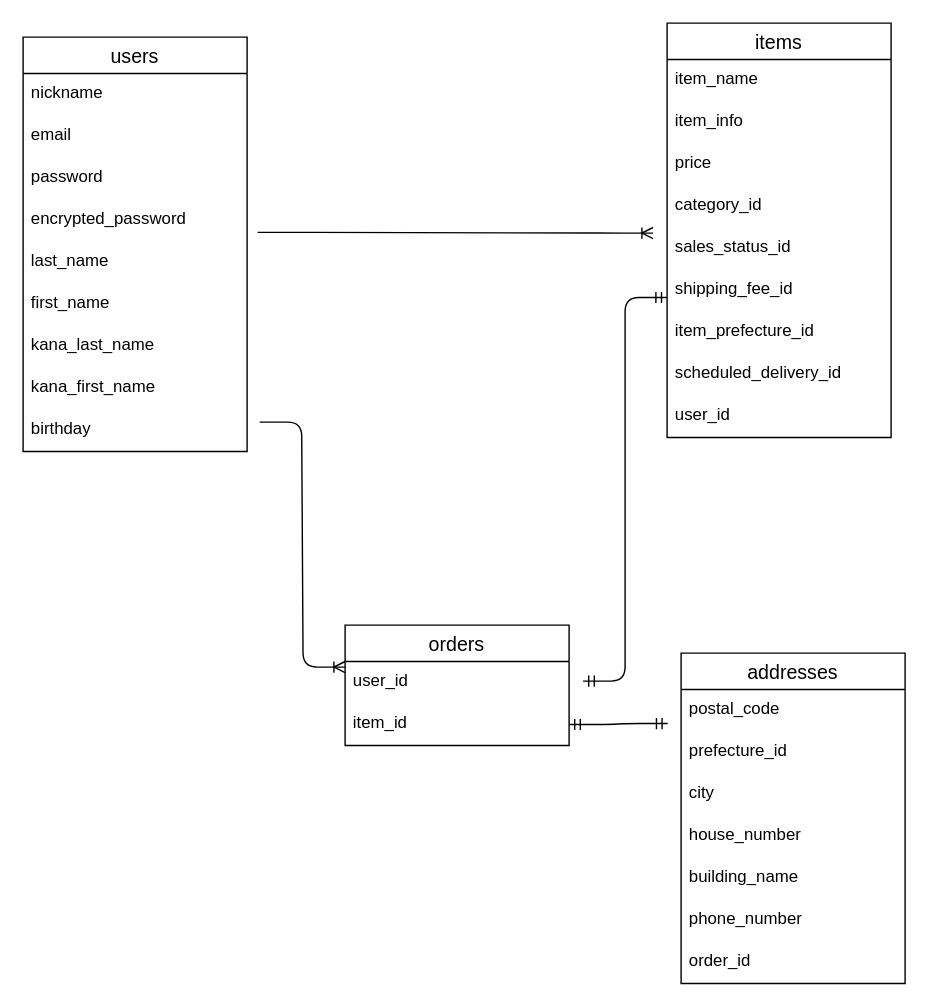
Above: furima.dio in hnmt2022/furima-40099 (draw.io), before the change. Source tidied: cells renumbered, new cells numbered last; positions are measured from the earlier drawing's top-left corner, leaving out a move shared by most shapes. Both pictures are drawn from the tidied source at 140%, with x=0, y=0 at pixel (22, 22).
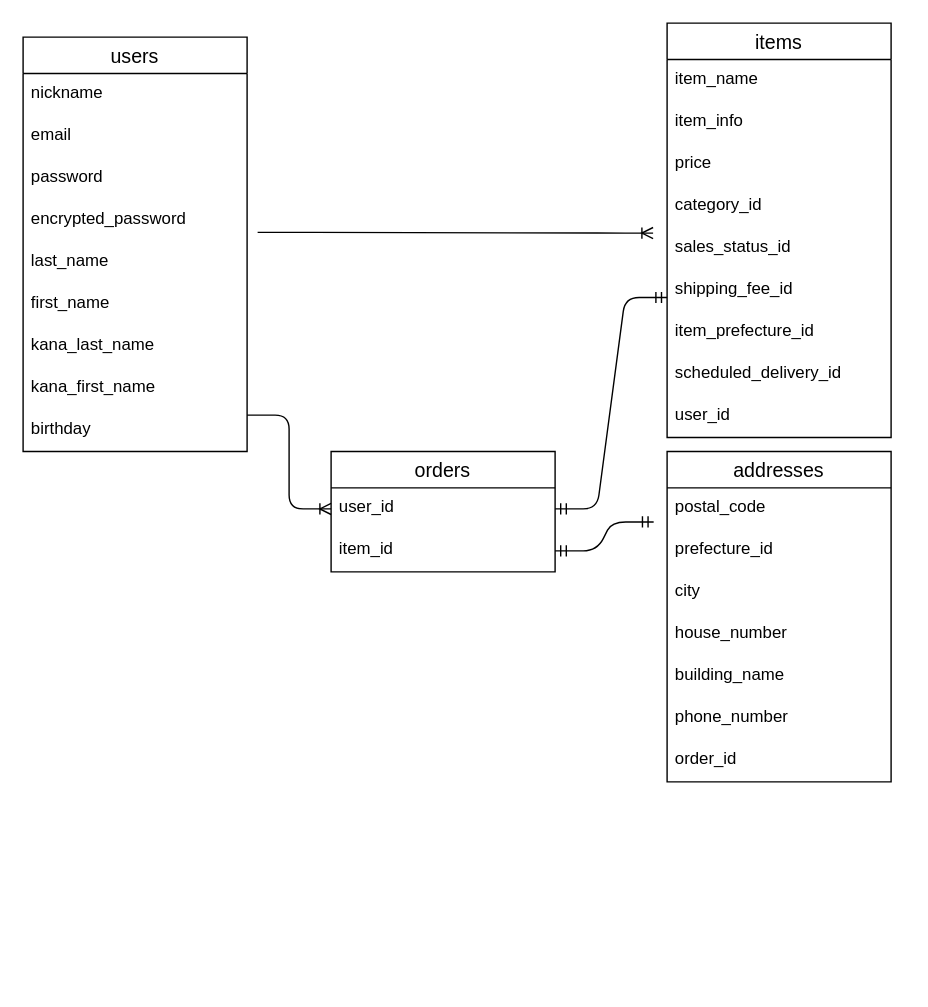
The same diagram, later.

Commit message (it also covers changes not shown here):
userカラム、phone_numberカラムの修正

Unchanged cells that the change refers to:
```xml
<mxCell id="10" value="kana_first_name" style="text;strokeColor=none;fillColor=none;spacingLeft=4;spacingRight=4;overflow=hidden;points=[[0,0.5],[1,0.5]];portConstraint=eastwest;fontSize=12;" parent="2" vertex="1">
  <mxGeometry y="236" width="160" height="30" as="geometry" />
</mxCell>
<mxCell id="34" value="user_id" style="text;strokeColor=none;fillColor=none;spacingLeft=4;spacingRight=4;overflow=hidden;points=[[0,0.5],[1,0.5]];portConstraint=eastwest;fontSize=12;" parent="33" vertex="1">
  <mxGeometry y="26" width="160" height="30" as="geometry" />
</mxCell>
```

Change to the diagram source:
```diff
@@
     <mxCell id="22" value="addresses" style="swimlane;fontStyle=0;horizontal=1;startSize=26;align=center;fontSize=14;" parent="1" vertex="1">
-      <mxGeometry x="470" y="450" width="160" height="236" as="geometry" />
+      <mxGeometry x="460" y="306" width="160" height="236" as="geometry" />
     </mxCell>
@@
-    <mxCell id="31" style="edgeStyle=entityRelationEdgeStyle;fontSize=12;html=1;endArrow=ERoneToMany;exitX=1.056;exitY=1.3;exitDx=0;exitDy=0;exitPerimeter=0;" parent="1" edge="1" source="10">
+    <mxCell id="31" style="edgeStyle=entityRelationEdgeStyle;fontSize=12;html=1;endArrow=ERoneToMany;entryX=0;entryY=0.5;entryDx=0;entryDy=0;" parent="1" edge="1" target="34">
       <mxGeometry relative="1" as="geometry">
-        <mxPoint x="230" y="460" as="targetPoint" />
+        <mxPoint x="160" y="280" as="sourcePoint" />
       </mxGeometry>
     </mxCell>
-    <mxCell id="32" style="edgeStyle=entityRelationEdgeStyle;fontSize=12;html=1;endArrow=ERmandOne;startArrow=ERmandOne;" parent="1" edge="1">
+    <mxCell id="32" style="edgeStyle=entityRelationEdgeStyle;fontSize=12;html=1;endArrow=ERmandOne;startArrow=ERmandOne;exitX=1;exitY=0.5;exitDx=0;exitDy=0;" parent="1" edge="1" source="34">
       <mxGeometry relative="1" as="geometry">
-        <mxPoint x="400" y="470" as="sourcePoint" />
         <mxPoint x="460" y="196" as="targetPoint" />
       </mxGeometry>
     </mxCell>
     <mxCell id="33" value="orders" style="swimlane;fontStyle=0;horizontal=1;startSize=26;align=center;fontSize=14;" parent="1" vertex="1">
-      <mxGeometry x="230" y="430" width="160" height="86" as="geometry" />
+      <mxGeometry x="220" y="306" width="160" height="86" as="geometry" />
     </mxCell>
```
